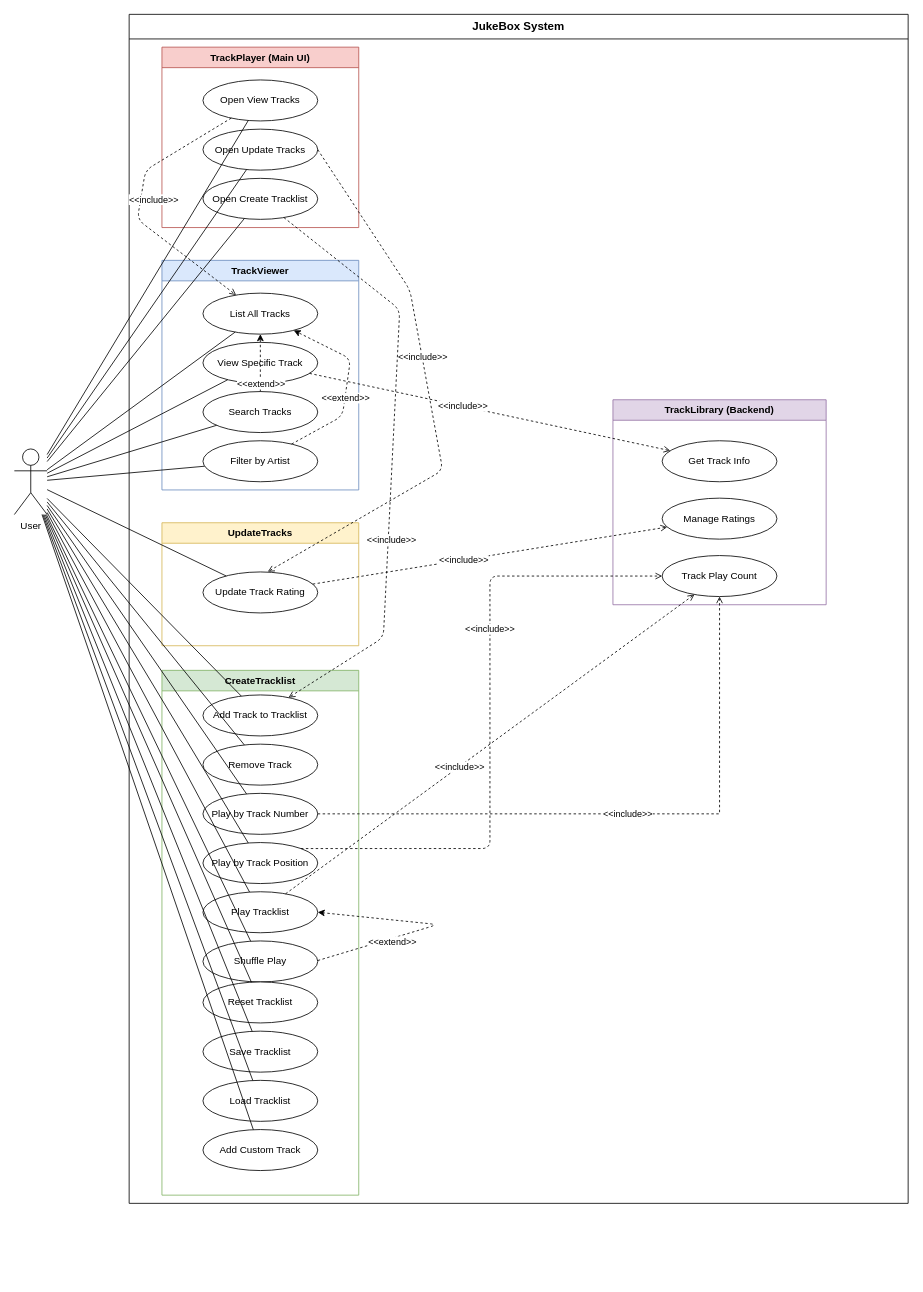
Before: usecase-2-2.drawio in peterpool-dasherz/oop-new, a draw.io diagram. Source tidied: cells renumbered, new cells numbered last; positions are measured from the earlier drawing's top-left corner, leaving out a move shared by most shapes. Both pictures are drawn from the tidied source at 82%, with x=0, y=0 at pixel (14, 14).
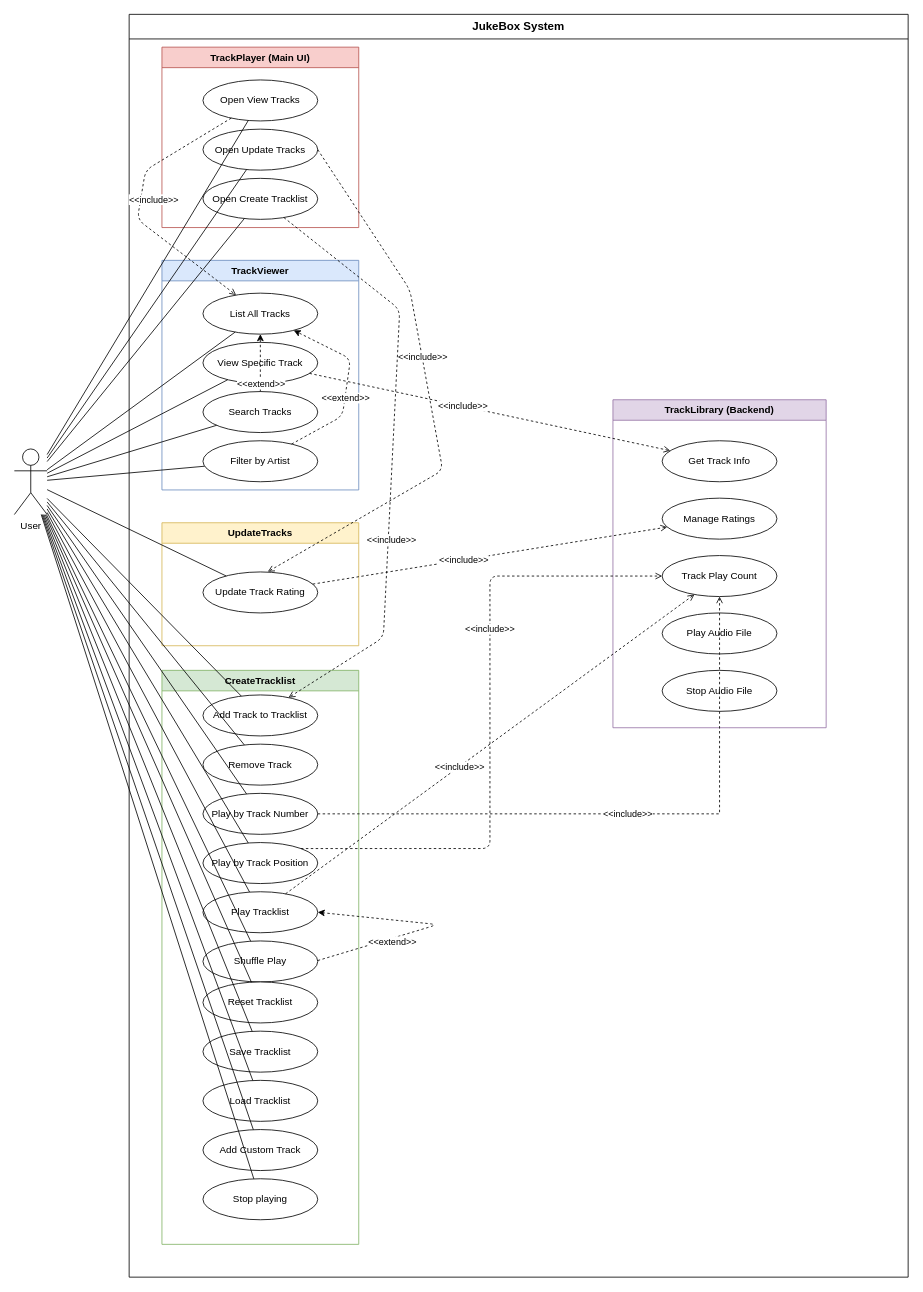
The same diagram, later.

The change refers to these unchanged cells:
```xml
<mxCell id="2" value="User" style="shape=umlActor;verticalLabelPosition=bottom;verticalAlign=top;html=1;outlineConnect=0;" parent="1" vertex="1">
  <mxGeometry y="530" width="40" height="80" as="geometry" />
</mxCell>
```

Change to the diagram source:
```diff
@@
     <mxCell id="3" value="JukeBox System" style="swimlane;whiteSpace=wrap;html=1;startSize=30;fontSize=14;fontStyle=1;" parent="1" vertex="1">
-      <mxGeometry x="140" width="950" height="1450" as="geometry" />
+      <mxGeometry x="140" width="950" height="1540" as="geometry" />
     </mxCell>
@@
     <mxCell id="15" value="&lt;b&gt;CreateTracklist&lt;/b&gt;" style="swimlane;whiteSpace=wrap;html=1;startSize=25;fillColor=#d5e8d4;strokeColor=#82b366;" parent="3" vertex="1">
-      <mxGeometry x="40" y="800" width="240" height="640" as="geometry" />
+      <mxGeometry x="40" y="800" width="240" height="700" as="geometry" />
     </mxCell>
@@
+    <mxCell id="69" value="Stop playing" style="ellipse;whiteSpace=wrap;html=1;" parent="15" vertex="1">
+      <mxGeometry x="50" y="620" width="140" height="50" as="geometry" />
+    </mxCell>
     <mxCell id="26" value="&lt;b&gt;TrackLibrary (Backend)&lt;/b&gt;" style="swimlane;whiteSpace=wrap;html=1;startSize=25;fillColor=#e1d5e7;strokeColor=#9673a6;" parent="3" vertex="1">
-      <mxGeometry x="590" y="470" width="260" height="250" as="geometry" />
+      <mxGeometry x="590" y="470" width="260" height="400" as="geometry" />
     </mxCell>
@@
+    <mxCell id="70" value="Play Audio File" style="ellipse;whiteSpace=wrap;html=1;" parent="26" vertex="1">
+      <mxGeometry x="60" y="260" width="140" height="50" as="geometry" />
+    </mxCell>
+    <mxCell id="71" value="Stop Audio File" style="ellipse;whiteSpace=wrap;html=1;" parent="26" vertex="1">
+      <mxGeometry x="60" y="330" width="140" height="50" as="geometry" />
+    </mxCell>
@@
+    <mxCell id="72" style="html=1;endArrow=none;endFill=0;" parent="1" edge="1" source="2" target="69">
+      <mxGeometry relative="1" as="geometry" />
+    </mxCell>
```
